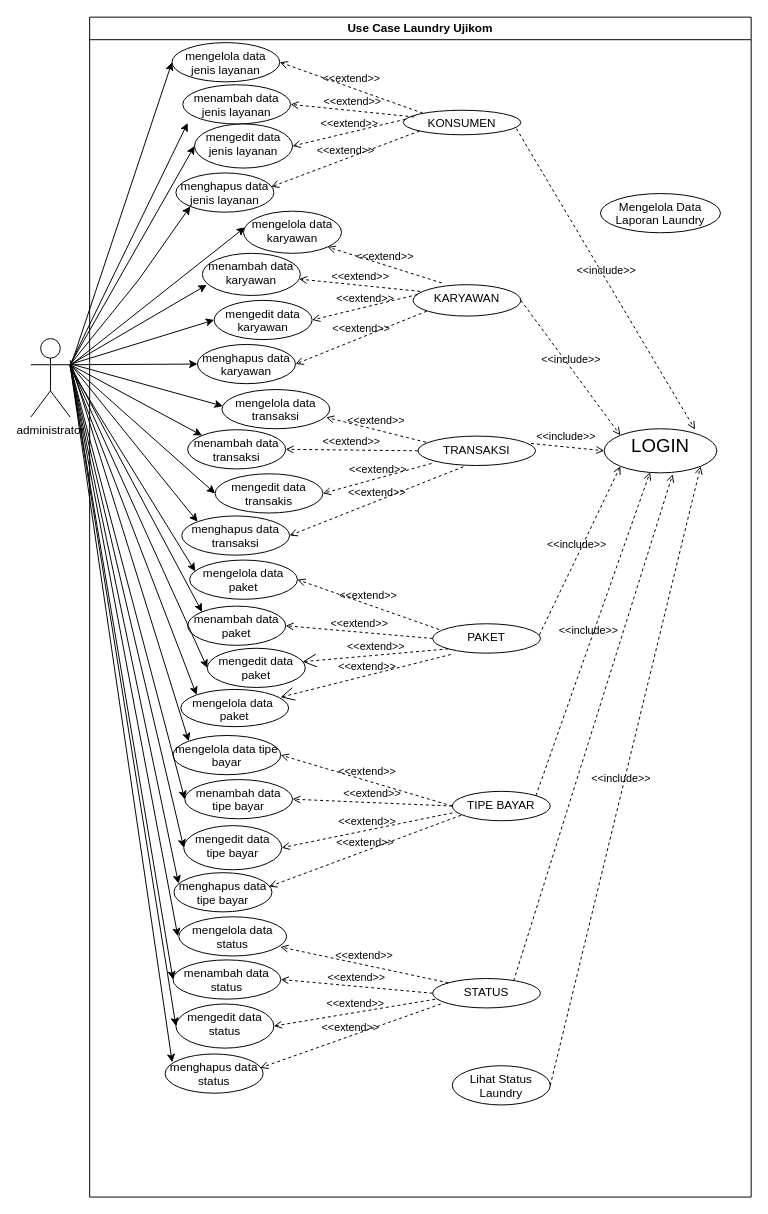
The draw.io diagram page "Page-5" (5 of 5) of Desain Ujikom.drawio in alditasptnsr/ujikom_aldita, before the edit. Source tidied: cells renumbered, new cells numbered last; positions are measured from the earlier drawing's top-left corner, leaving out a move shared by most shapes. Both pictures are drawn from the tidied source at 98%, with x=0, y=0 at pixel (30, 17).
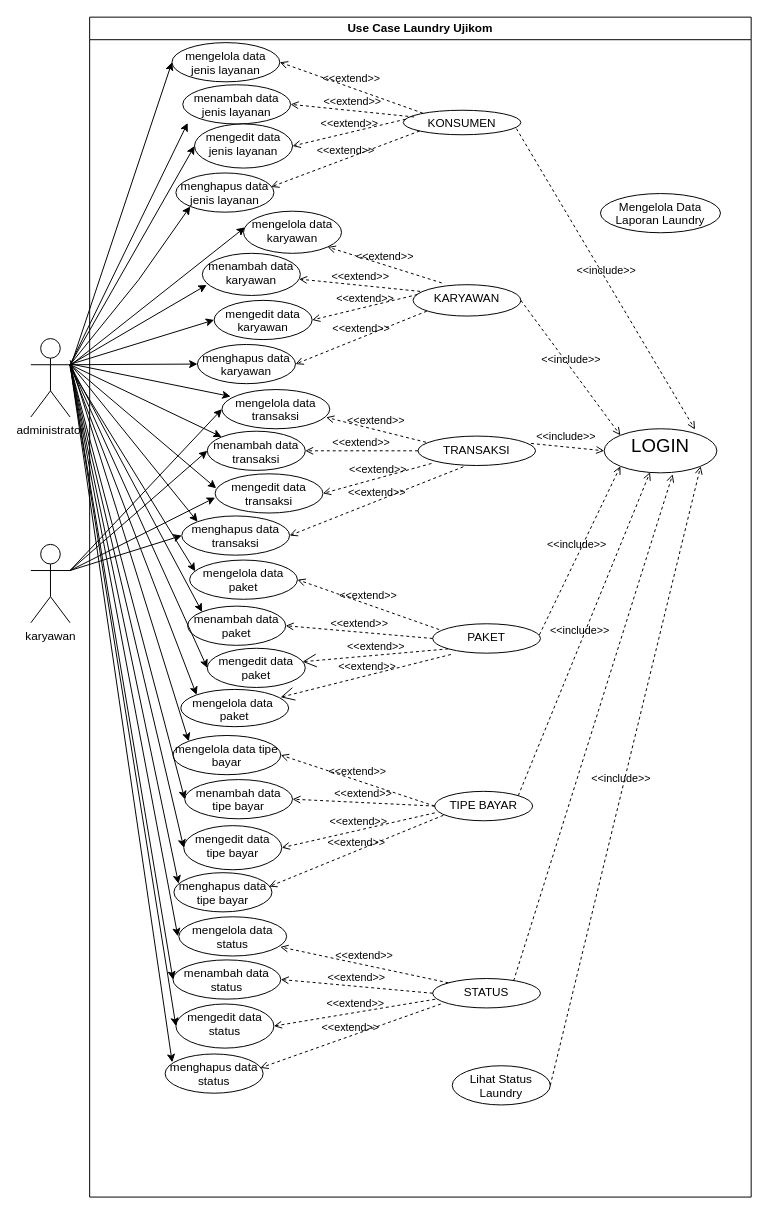
After the change.

The change refers to these unchanged cells:
```xml
<mxCell id="2" value="Use Case Laundry Ujikom" style="swimlane;whiteSpace=wrap;html=1;" parent="1" vertex="1">
  <mxGeometry x="60" width="675" height="1204" as="geometry" />
</mxCell>
<mxCell id="14" value="mengelola data transaksi" style="ellipse;whiteSpace=wrap;html=1;verticalAlign=top;" parent="2" vertex="1">
  <mxGeometry x="135" y="380" width="110" height="40" as="geometry" />
</mxCell>
<mxCell id="45" value="menghapus data transaksi" style="ellipse;whiteSpace=wrap;html=1;verticalAlign=top;" parent="2" vertex="1">
  <mxGeometry x="94" y="509" width="110" height="40" as="geometry" />
</mxCell>
```

What changed in the source:
```diff
@@
     <mxCell id="15" value="menambah data transaksi" style="ellipse;whiteSpace=wrap;html=1;verticalAlign=top;" parent="2" vertex="1">
-      <mxGeometry x="100" y="421" width="100" height="40" as="geometry" />
+      <mxGeometry x="120" y="422.5" width="100" height="40" as="geometry" />
     </mxCell>
-    <mxCell id="16" value="mengedit data transakis" style="ellipse;whiteSpace=wrap;html=1;verticalAlign=top;" parent="2" vertex="1">
+    <mxCell id="16" value="mengedit data transaksi" style="ellipse;whiteSpace=wrap;html=1;verticalAlign=top;" parent="2" vertex="1">
       <mxGeometry x="128" y="466" width="110" height="40" as="geometry" />
     </mxCell>
@@
     <mxCell id="37" value="TIPE BAYAR" style="ellipse;whiteSpace=wrap;html=1;verticalAlign=top;" parent="2" vertex="1">
-      <mxGeometry x="370" y="790" width="100" height="30" as="geometry" />
+      <mxGeometry x="352" y="790" width="100" height="30" as="geometry" />
     </mxCell>
@@
-    <mxCell id="70" style="rounded=0;jettySize=auto;html=1;entryX=0.008;entryY=0.422;entryDx=0;entryDy=0;entryPerimeter=0;" parent="1" edge="1" target="14">
+    <mxCell id="70" style="rounded=0;jettySize=auto;html=1;entryX=0.08;entryY=0.176;entryDx=0;entryDy=0;entryPerimeter=0;" parent="1" edge="1" target="14">
       <mxGeometry relative="1" as="geometry">
         <mxPoint x="41" y="354" as="sourcePoint" />
       </mxGeometry>
     </mxCell>
@@
-    <mxCell id="73" style="rounded=0;jettySize=auto;html=1;entryX=0;entryY=0.5;entryDx=0;entryDy=0;endArrow=classic;endFill=1;" parent="1" edge="1" target="16">
+    <mxCell id="73" style="rounded=0;jettySize=auto;html=1;entryX=0.01;entryY=0.368;entryDx=0;entryDy=0;endArrow=classic;endFill=1;entryPerimeter=0;" parent="1" edge="1" target="16">
       <mxGeometry relative="1" as="geometry">
         <mxPoint x="42" y="356" as="sourcePoint" />
       </mxGeometry>
     </mxCell>
@@
+    <mxCell id="92" style="rounded=0;jettySize=auto;html=1;entryX=0;entryY=0.5;entryDx=0;entryDy=0;exitX=1;exitY=0.3333333333333333;exitDx=0;exitDy=0;exitPerimeter=0;" parent="1" edge="1" source="95" target="14">
+      <mxGeometry relative="1" as="geometry" />
+    </mxCell>
+    <mxCell id="93" style="rounded=0;jettySize=auto;html=1;entryX=0;entryY=0.5;entryDx=0;entryDy=0;exitX=1;exitY=0.3333333333333333;exitDx=0;exitDy=0;exitPerimeter=0;" parent="1" edge="1" source="95" target="15">
+      <mxGeometry relative="1" as="geometry" />
+    </mxCell>
+    <mxCell id="94" style="rounded=0;jettySize=auto;html=1;entryX=0;entryY=0.5;entryDx=0;entryDy=0;exitX=1;exitY=0.3333333333333333;exitDx=0;exitDy=0;exitPerimeter=0;" parent="1" edge="1" source="95" target="45">
+      <mxGeometry relative="1" as="geometry" />
+    </mxCell>
+    <mxCell id="95" value="karyawan" style="shape=umlActor;verticalLabelPosition=bottom;verticalAlign=top;html=1;outlineConnect=0;" parent="1" vertex="1">
+      <mxGeometry y="538" width="40" height="80" as="geometry" />
+    </mxCell>
+    <mxCell id="96" style="rounded=0;jettySize=auto;html=1;entryX=0;entryY=0.606;entryDx=0;entryDy=0;exitX=1;exitY=0.3333333333333333;exitDx=0;exitDy=0;exitPerimeter=0;entryPerimeter=0;" parent="1" edge="1" source="95" target="16">
+      <mxGeometry relative="1" as="geometry" />
+    </mxCell>
```
